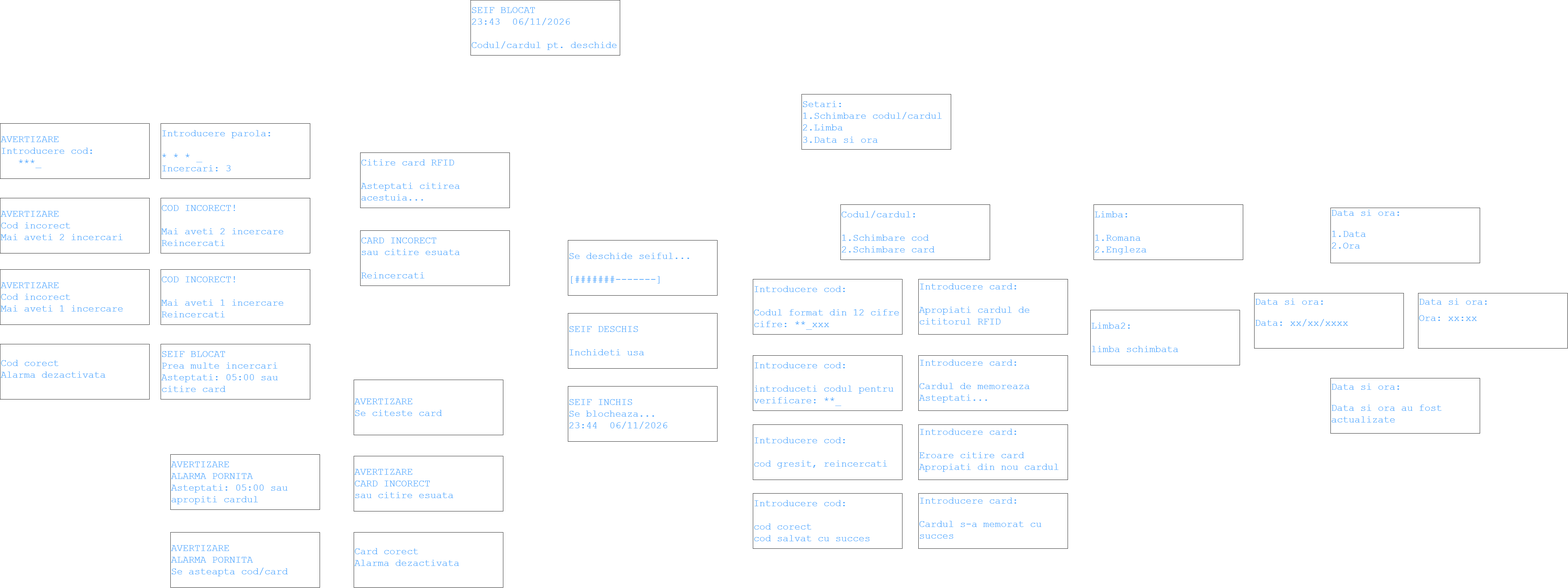
This is Doc/Display interface.png from ANTzacalie/STM32-Based-Electronic-Safe, a draw.io export, as it was before one commit. Source tidied: cells renumbered, new cells last; positions are measured from the earlier drawing's top-left corner, leaving out a move shared by most shapes.
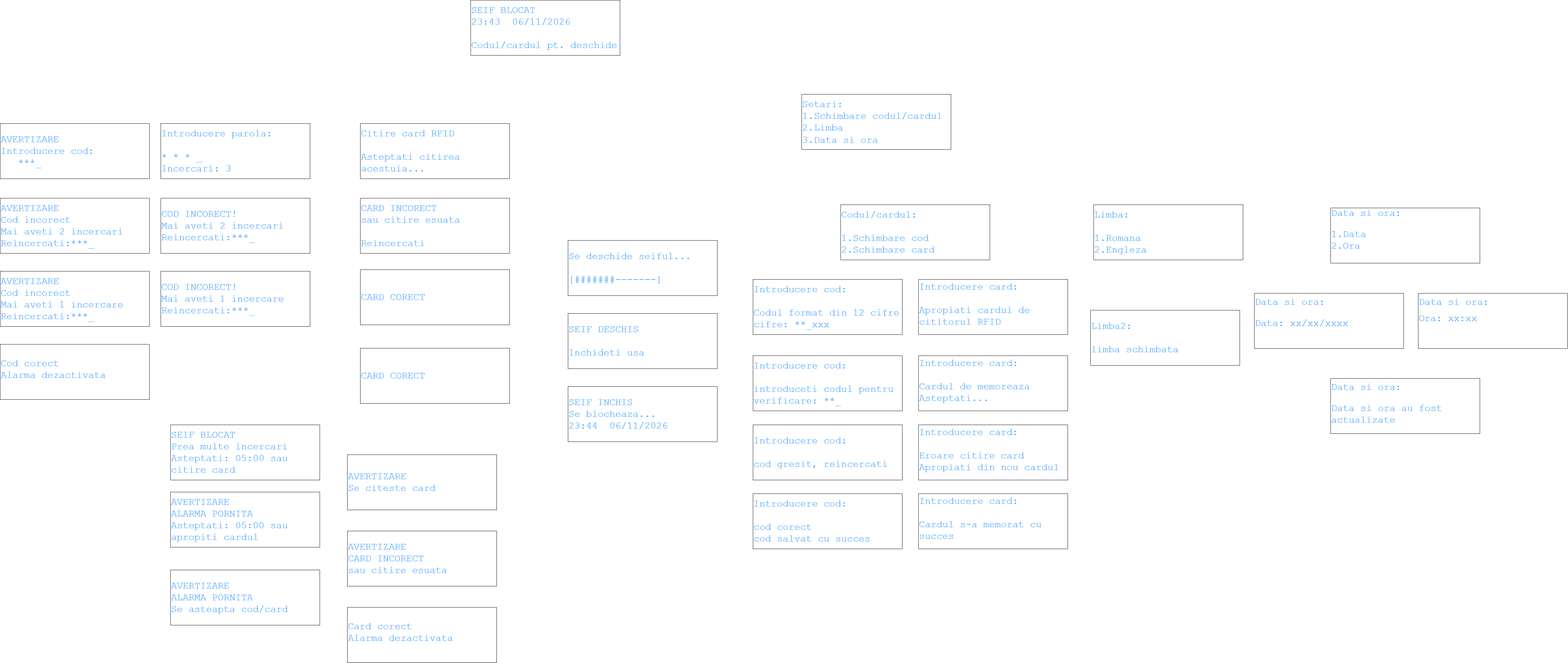
The same diagram one commit later.

What changed in the source:
```diff
@@ -5,17 +5,14 @@
     <mxCell id="2" value="&lt;span style=&quot;color: rgb(74, 163, 255); font-family: &amp;quot;Courier New&amp;quot;, Courier, monospace; font-size: 30px; white-space: pre;&quot;&gt;SEIF BLOCAT&lt;br&gt;23:43  06/11/2026&lt;br&gt;&lt;br&gt;Codul/cardul pt. deschide&lt;/span&gt;" style="rounded=0;whiteSpace=wrap;html=1;align=left;" parent="1" vertex="1">
       <mxGeometry x="1450" width="460" height="170" as="geometry" />
     </mxCell>
-    <mxCell id="3" value="&lt;span style=&quot;color: rgb(74, 163, 255); font-family: &amp;quot;Courier New&amp;quot;, Courier, monospace; font-size: 30px; white-space: pre;&quot;&gt;COD INCORECT!&lt;br&gt;&lt;br&gt;Mai aveti 1 incercare&lt;/span&gt;&lt;div&gt;&lt;span style=&quot;color: rgb(74, 163, 255); font-family: &amp;quot;Courier New&amp;quot;, Courier, monospace; font-size: 30px; white-space: pre;&quot;&gt;Reincercati&lt;/span&gt;&lt;/div&gt;" style="rounded=0;whiteSpace=wrap;html=1;align=left;" parent="1" vertex="1">
-      <mxGeometry x="495" y="830" width="460" height="170" as="geometry" />
-    </mxCell>
     <mxCell id="4" value="&lt;span style=&quot;color: rgb(74, 163, 255); font-family: &amp;quot;Courier New&amp;quot;, Courier, monospace; font-size: 30px; white-space: pre;&quot;&gt;SEIF BLOCAT&lt;br&gt;Prea multe incercari&lt;br&gt;Asteptati: 05:00 sau &lt;/span&gt;&lt;div&gt;&lt;span style=&quot;color: rgb(74, 163, 255); font-family: &amp;quot;Courier New&amp;quot;, Courier, monospace; font-size: 30px; white-space: pre;&quot;&gt;citire card&lt;/span&gt;&lt;/div&gt;" style="rounded=0;whiteSpace=wrap;html=1;align=left;" parent="1" vertex="1">
-      <mxGeometry x="495" y="1060" width="460" height="170" as="geometry" />
+      <mxGeometry x="525" y="1308" width="460" height="170" as="geometry" />
     </mxCell>
     <mxCell id="5" value="&lt;span style=&quot;color: rgb(74, 163, 255); font-family: &amp;quot;Courier New&amp;quot;, Courier, monospace; font-size: 30px; white-space: pre;&quot;&gt;Citire card RFID&lt;/span&gt;&lt;div&gt;&lt;span style=&quot;color: rgb(74, 163, 255); font-family: &amp;quot;Courier New&amp;quot;, Courier, monospace; font-size: 30px; white-space: pre;&quot;&gt;&lt;br&gt;&lt;div style=&quot;font-family: Helvetica; font-size: 12px; white-space: normal;&quot;&gt;&lt;font face=&quot;Courier New, Courier, monospace&quot;&gt;&lt;span style=&quot;font-size: 30px; white-space: pre;&quot;&gt;Asteptati citirea &lt;/span&gt;&lt;/font&gt;&lt;/div&gt;&lt;div style=&quot;font-family: Helvetica; font-size: 12px; white-space: normal;&quot;&gt;&lt;font face=&quot;Courier New, Courier, monospace&quot;&gt;&lt;span style=&quot;font-size: 30px; white-space: pre;&quot;&gt;acestuia...&lt;/span&gt;&lt;/font&gt;&lt;/div&gt;&lt;/span&gt;&lt;/div&gt;" style="rounded=0;whiteSpace=wrap;html=1;align=left;" parent="1" vertex="1">
-      <mxGeometry x="1110" y="470" width="460" height="170" as="geometry" />
+      <mxGeometry x="1110" y="380" width="460" height="170" as="geometry" />
     </mxCell>
     <mxCell id="6" value="&lt;span style=&quot;color: rgb(74, 163, 255); font-family: &amp;quot;Courier New&amp;quot;, Courier, monospace; font-size: 30px; white-space: pre;&quot;&gt;CARD INCORECT&lt;br/&gt;sau citire esuata&lt;br/&gt;&lt;br/&gt;Reincercati&lt;/span&gt;" style="rounded=0;whiteSpace=wrap;html=1;align=left;" parent="1" vertex="1">
-      <mxGeometry x="1110" y="710" width="460" height="170" as="geometry" />
+      <mxGeometry x="1110" y="610" width="460" height="170" as="geometry" />
     </mxCell>
     <mxCell id="7" value="&lt;span style=&quot;color: rgb(74, 163, 255); font-family: &amp;quot;Courier New&amp;quot;, Courier, monospace; font-size: 30px; white-space: pre;&quot;&gt;Se deschide seiful...&lt;br&gt;&lt;br&gt;[#######-------]&lt;/span&gt;" style="rounded=0;whiteSpace=wrap;html=1;align=left;" parent="1" vertex="1">
       <mxGeometry x="1750" y="740" width="460" height="170" as="geometry" />
@@ -81,31 +78,40 @@
       <mxGeometry y="1060" width="460" height="170" as="geometry" />
     </mxCell>
     <mxCell id="28" value="&lt;font face=&quot;Courier New, Courier, monospace&quot;&gt;&lt;span style=&quot;font-size: 30px; white-space: pre;&quot;&gt;Card corect&lt;br&gt;Alarma dezactivata&lt;/span&gt;&lt;/font&gt;&lt;div&gt;&lt;br&gt;&lt;/div&gt;" style="rounded=0;whiteSpace=wrap;html=1;align=left;fontColor=#4AA3FF;" parent="1" vertex="1">
-      <mxGeometry x="1090" y="1640" width="460" height="170" as="geometry" />
+      <mxGeometry x="1070" y="1870" width="460" height="170" as="geometry" />
     </mxCell>
     <mxCell id="29" value="&lt;div&gt;&lt;span style=&quot;color: rgb(74, 163, 255); font-family: &amp;quot;Courier New&amp;quot;, Courier, monospace; font-size: 30px; white-space: pre;&quot;&gt;AVERTIZARE&lt;/span&gt;&lt;/div&gt;&lt;span style=&quot;color: rgb(74, 163, 255); font-family: &amp;quot;Courier New&amp;quot;, Courier, monospace; font-size: 30px; white-space: pre;&quot;&gt;ALARMA PORNITA&lt;br&gt;Asteptati: 05:00 sau &lt;/span&gt;&lt;div&gt;&lt;span style=&quot;color: rgb(74, 163, 255); font-family: &amp;quot;Courier New&amp;quot;, Courier, monospace; font-size: 30px; white-space: pre;&quot;&gt;apropiti cardul&lt;/span&gt;&lt;/div&gt;" style="rounded=0;whiteSpace=wrap;html=1;align=left;" parent="1" vertex="1">
-      <mxGeometry x="525" y="1400" width="460" height="170" as="geometry" />
+      <mxGeometry x="525" y="1515" width="460" height="170" as="geometry" />
     </mxCell>
     <mxCell id="30" value="&lt;div&gt;&lt;span style=&quot;font-family: &amp;quot;Courier New&amp;quot;, Courier, monospace; font-size: 30px; white-space: pre;&quot;&gt;AVERTIZARE&lt;/span&gt;&lt;/div&gt;&lt;div&gt;&lt;span style=&quot;font-family: &amp;quot;Courier New&amp;quot;, Courier, monospace; font-size: 30px; white-space: pre;&quot;&gt;ALARMA PORNITA&lt;/span&gt;&lt;/div&gt;&lt;div&gt;&lt;span style=&quot;font-family: &amp;quot;Courier New&amp;quot;, Courier, monospace; font-size: 30px; white-space: pre;&quot;&gt;Se asteapta cod/card&lt;/span&gt;&lt;/div&gt;" style="rounded=0;whiteSpace=wrap;html=1;align=left;fontColor=#4AA3FF;" parent="1" vertex="1">
-      <mxGeometry x="525" y="1640" width="460" height="170" as="geometry" />
+      <mxGeometry x="525" y="1755" width="460" height="170" as="geometry" />
     </mxCell>
     <mxCell id="31" value="&lt;div&gt;&lt;span style=&quot;font-family: &amp;quot;Courier New&amp;quot;, Courier, monospace; font-size: 30px; white-space: pre;&quot;&gt;AVERTIZARE&lt;/span&gt;&lt;/div&gt;&lt;div&gt;&lt;font face=&quot;Courier New, Courier, monospace&quot;&gt;&lt;span style=&quot;font-size: 30px; white-space: pre;&quot;&gt;Introducere cod:&lt;/span&gt;&lt;/font&gt;&lt;/div&gt;&lt;div&gt;&lt;font face=&quot;Courier New, Courier, monospace&quot;&gt;&lt;span style=&quot;font-size: 30px; white-space: pre;&quot;&gt;&lt;span style=&quot;white-space: pre;&quot;&gt;&#9;&lt;/span&gt;&lt;span style=&quot;white-space: pre;&quot;&gt;&#9;&lt;/span&gt;***_&lt;br&gt;&lt;/span&gt;&lt;/font&gt;&lt;/div&gt;" style="rounded=0;whiteSpace=wrap;html=1;align=left;fontColor=#4AA3FF;" parent="1" vertex="1">
       <mxGeometry y="380" width="460" height="170" as="geometry" />
     </mxCell>
     <mxCell id="32" value="&lt;div&gt;&lt;span style=&quot;font-family: &amp;quot;Courier New&amp;quot;, Courier, monospace; font-size: 30px; white-space: pre;&quot;&gt;AVERTIZARE&lt;/span&gt;&lt;/div&gt;&lt;div&gt;&lt;span style=&quot;font-family: &amp;quot;Courier New&amp;quot;, Courier, monospace; font-size: 30px; white-space: pre;&quot;&gt;Se citeste card&lt;/span&gt;&lt;/div&gt;" style="rounded=0;whiteSpace=wrap;html=1;align=left;fontColor=#4AA3FF;" parent="1" vertex="1">
-      <mxGeometry x="1090" y="1170" width="460" height="170" as="geometry" />
+      <mxGeometry x="1070" y="1400" width="460" height="170" as="geometry" />
     </mxCell>
-    <mxCell id="33" value="&lt;font face=&quot;Courier New, Courier, monospace&quot;&gt;&lt;span style=&quot;font-size: 30px; white-space: pre;&quot;&gt;AVERTIZARE&lt;/span&gt;&lt;/font&gt;&lt;div&gt;&lt;font face=&quot;Courier New, Courier, monospace&quot;&gt;&lt;span style=&quot;font-size: 30px; white-space: pre;&quot;&gt;Cod incorect&lt;br&gt;&lt;/span&gt;&lt;/font&gt;&lt;div&gt;&lt;font face=&quot;Courier New, Courier, monospace&quot;&gt;&lt;span style=&quot;font-size: 30px; white-space: pre;&quot;&gt;Mai aveti 2 incercari&lt;/span&gt;&lt;/font&gt;&lt;/div&gt;&lt;/div&gt;" style="rounded=0;whiteSpace=wrap;html=1;align=left;fontColor=#4AA3FF;" parent="1" vertex="1">
+    <mxCell id="33" value="&lt;font face=&quot;Courier New, Courier, monospace&quot;&gt;&lt;span style=&quot;font-size: 30px; white-space: pre;&quot;&gt;AVERTIZARE&lt;/span&gt;&lt;/font&gt;&lt;div&gt;&lt;font face=&quot;Courier New, Courier, monospace&quot;&gt;&lt;span style=&quot;font-size: 30px; white-space: pre;&quot;&gt;Cod incorect&lt;br&gt;&lt;/span&gt;&lt;/font&gt;&lt;div&gt;&lt;font face=&quot;Courier New, Courier, monospace&quot;&gt;&lt;span style=&quot;font-size: 30px; white-space: pre;&quot;&gt;Mai aveti 2 incercari&lt;/span&gt;&lt;/font&gt;&lt;/div&gt;&lt;/div&gt;&lt;div&gt;&lt;font face=&quot;Courier New, Courier, monospace&quot;&gt;&lt;span style=&quot;font-size: 30px; white-space: pre;&quot;&gt;Reincercati:***_&lt;/span&gt;&lt;/font&gt;&lt;/div&gt;" style="rounded=0;whiteSpace=wrap;html=1;align=left;fontColor=#4AA3FF;" parent="1" vertex="1">
       <mxGeometry y="610" width="460" height="170" as="geometry" />
     </mxCell>
-    <mxCell id="34" value="&lt;font face=&quot;Courier New, Courier, monospace&quot;&gt;&lt;span style=&quot;font-size: 30px; white-space: pre;&quot;&gt;AVERTIZARE&lt;/span&gt;&lt;/font&gt;&lt;div&gt;&lt;font face=&quot;Courier New, Courier, monospace&quot;&gt;&lt;span style=&quot;font-size: 30px; white-space: pre;&quot;&gt;Cod incorect&lt;br&gt;&lt;/span&gt;&lt;/font&gt;&lt;div&gt;&lt;font face=&quot;Courier New, Courier, monospace&quot;&gt;&lt;span style=&quot;font-size: 30px; white-space: pre;&quot;&gt;Mai aveti 1 incercare&lt;/span&gt;&lt;/font&gt;&lt;/div&gt;&lt;/div&gt;" style="rounded=0;whiteSpace=wrap;html=1;align=left;fontColor=#4AA3FF;" parent="1" vertex="1">
-      <mxGeometry y="830" width="460" height="170" as="geometry" />
-    </mxCell>
     <mxCell id="35" value="&lt;div&gt;&lt;span style=&quot;font-family: &amp;quot;Courier New&amp;quot;, Courier, monospace; font-size: 30px; white-space: pre;&quot;&gt;AVERTIZARE&lt;/span&gt;&lt;/div&gt;&lt;div&gt;&lt;span style=&quot;font-family: &amp;quot;Courier New&amp;quot;, Courier, monospace; font-size: 30px; white-space: pre;&quot;&gt;CARD INCORECT&lt;/span&gt;&lt;br style=&quot;font-family: &amp;quot;Courier New&amp;quot;, Courier, monospace; font-size: 30px; white-space: pre;&quot;&gt;&lt;span style=&quot;font-family: &amp;quot;Courier New&amp;quot;, Courier, monospace; font-size: 30px; white-space: pre;&quot;&gt;sau citire esuata&lt;/span&gt;&lt;/div&gt;" style="rounded=0;whiteSpace=wrap;html=1;align=left;fontColor=#4AA3FF;" parent="1" vertex="1">
-      <mxGeometry x="1090" y="1405" width="460" height="170" as="geometry" />
+      <mxGeometry x="1070" y="1635" width="460" height="170" as="geometry" />
     </mxCell>
-    <mxCell id="36" value="&lt;span style=&quot;color: rgb(74, 163, 255); font-family: &amp;quot;Courier New&amp;quot;, Courier, monospace; font-size: 30px; white-space: pre;&quot;&gt;COD INCORECT!&lt;br&gt;&lt;br&gt;Mai aveti 2 incercare&lt;/span&gt;&lt;div&gt;&lt;span style=&quot;color: rgb(74, 163, 255); font-family: &amp;quot;Courier New&amp;quot;, Courier, monospace; font-size: 30px; white-space: pre;&quot;&gt;Reincercati&lt;/span&gt;&lt;/div&gt;" style="rounded=0;whiteSpace=wrap;html=1;align=left;" parent="1" vertex="1">
+    <mxCell id="36" value="&lt;span style=&quot;color: rgb(74, 163, 255); font-family: &amp;quot;Courier New&amp;quot;, Courier, monospace; font-size: 30px; white-space: pre;&quot;&gt;COD INCORECT!&lt;br&gt;Mai aveti 2 incercari&lt;/span&gt;&lt;div&gt;&lt;span style=&quot;color: rgb(74, 163, 255); font-family: &amp;quot;Courier New&amp;quot;, Courier, monospace; font-size: 30px; white-space: pre;&quot;&gt;Reincercati:&lt;/span&gt;&lt;span style=&quot;color: light-dark(rgb(74, 163, 255), rgb(41, 118, 197)); font-family: &amp;quot;Courier New&amp;quot;, Courier, monospace; font-size: 30px; white-space: pre; background-color: transparent;&quot;&gt;***_&lt;/span&gt;&lt;/div&gt;" style="rounded=0;whiteSpace=wrap;html=1;align=left;" parent="1" vertex="1">
       <mxGeometry x="495" y="610" width="460" height="170" as="geometry" />
     </mxCell>
+    <mxCell id="37" value="&lt;span style=&quot;color: rgb(74, 163, 255); font-family: &amp;quot;Courier New&amp;quot;, Courier, monospace; font-size: 30px; white-space: pre;&quot;&gt;CARD CORECT&lt;br&gt;&lt;/span&gt;" style="rounded=0;whiteSpace=wrap;html=1;align=left;" parent="1" vertex="1">
+      <mxGeometry x="1110" y="830" width="460" height="170" as="geometry" />
+    </mxCell>
+    <mxCell id="38" value="&lt;span style=&quot;color: rgb(74, 163, 255); font-family: &amp;quot;Courier New&amp;quot;, Courier, monospace; font-size: 30px; white-space: pre;&quot;&gt;COD INCORECT!&lt;br&gt;Mai aveti 1 incercare&lt;/span&gt;&lt;div&gt;&lt;span style=&quot;color: rgb(74, 163, 255); font-family: &amp;quot;Courier New&amp;quot;, Courier, monospace; font-size: 30px; white-space: pre;&quot;&gt;Reincercati:&lt;/span&gt;&lt;span style=&quot;color: light-dark(rgb(74, 163, 255), rgb(41, 118, 197)); font-family: &amp;quot;Courier New&amp;quot;, Courier, monospace; font-size: 30px; white-space: pre; background-color: transparent;&quot;&gt;***_&lt;/span&gt;&lt;/div&gt;" style="rounded=0;whiteSpace=wrap;html=1;align=left;" parent="1" vertex="1">
+      <mxGeometry x="495" y="835" width="460" height="170" as="geometry" />
+    </mxCell>
+    <mxCell id="39" value="&lt;font face=&quot;Courier New, Courier, monospace&quot;&gt;&lt;span style=&quot;font-size: 30px; white-space: pre;&quot;&gt;AVERTIZARE&lt;/span&gt;&lt;/font&gt;&lt;div&gt;&lt;font face=&quot;Courier New, Courier, monospace&quot;&gt;&lt;span style=&quot;font-size: 30px; white-space: pre;&quot;&gt;Cod incorect&lt;br&gt;&lt;/span&gt;&lt;/font&gt;&lt;div&gt;&lt;font face=&quot;Courier New, Courier, monospace&quot;&gt;&lt;span style=&quot;font-size: 30px; white-space: pre;&quot;&gt;Mai aveti 1 incercare&lt;/span&gt;&lt;/font&gt;&lt;/div&gt;&lt;/div&gt;&lt;div&gt;&lt;font face=&quot;Courier New, Courier, monospace&quot;&gt;&lt;span style=&quot;font-size: 30px; white-space: pre;&quot;&gt;Reincercati:***_&lt;/span&gt;&lt;/font&gt;&lt;/div&gt;" style="rounded=0;whiteSpace=wrap;html=1;align=left;fontColor=#4AA3FF;" parent="1" vertex="1">
+      <mxGeometry y="835" width="460" height="170" as="geometry" />
+    </mxCell>
+    <mxCell id="40" value="&lt;span style=&quot;color: rgb(74, 163, 255); font-family: &amp;quot;Courier New&amp;quot;, Courier, monospace; font-size: 30px; white-space: pre;&quot;&gt;CARD CORECT&lt;br&gt;&lt;/span&gt;" style="rounded=0;whiteSpace=wrap;html=1;align=left;" parent="1" vertex="1">
+      <mxGeometry x="1110" y="1072" width="460" height="170" as="geometry" />
+    </mxCell>
   </root>
 </mxGraphModel>
```
